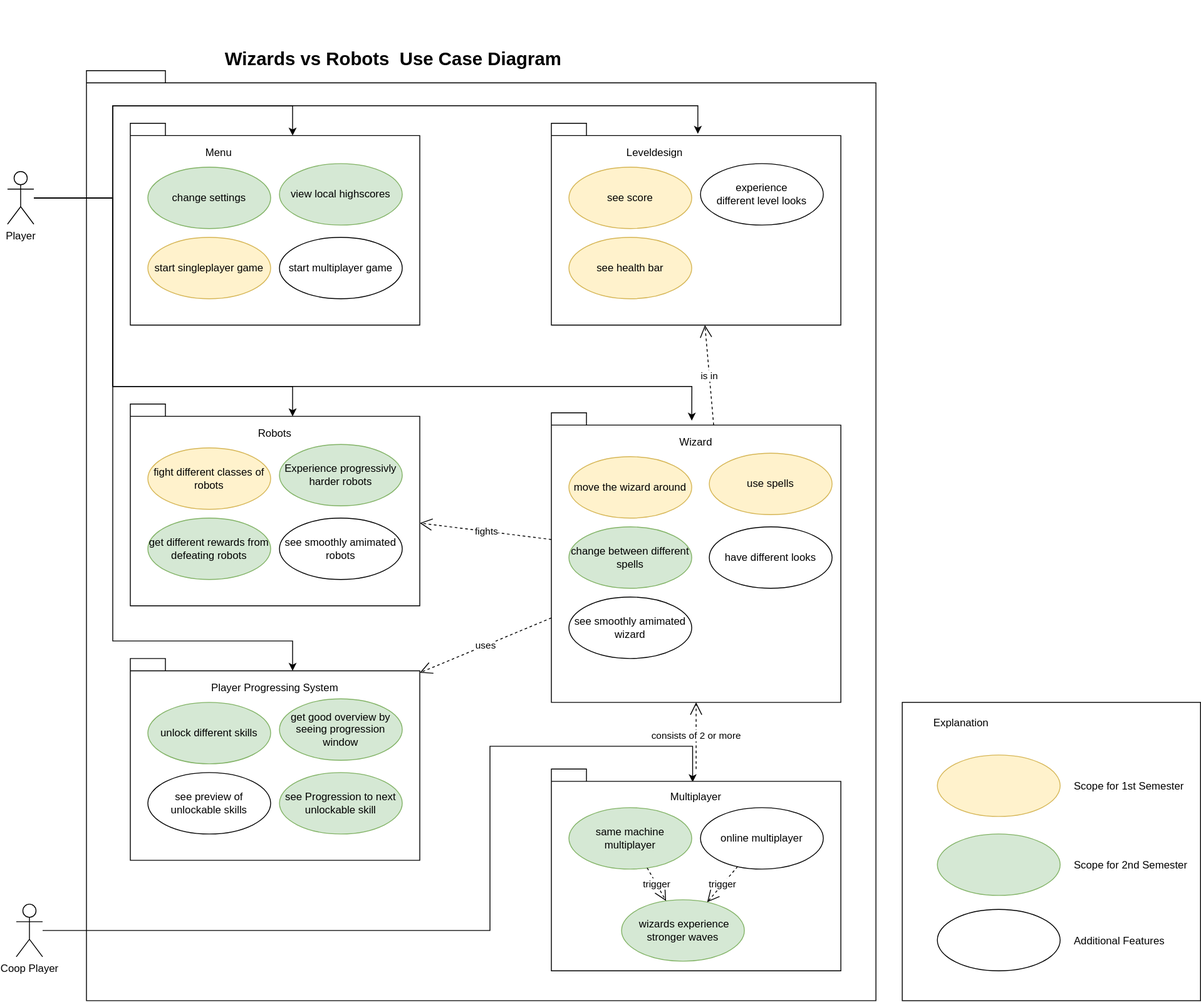
The draw.io diagram ucd.svg in Wizards-vs-Robots/documentation, before a commit. Source tidied: cells renumbered, new cells last; positions are measured from the earlier drawing's top-left corner, leaving out a move shared by most shapes.
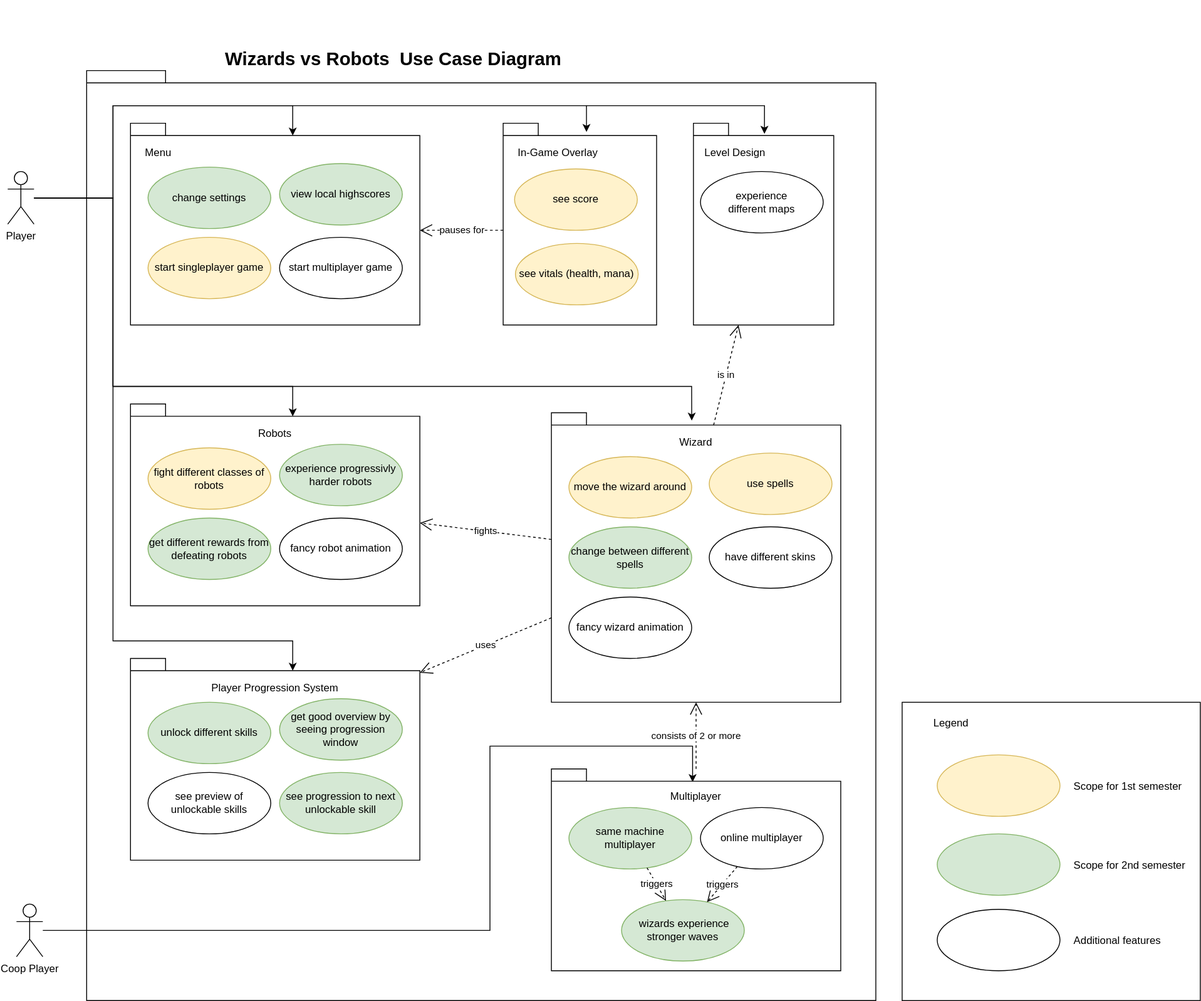
The same file after the commit.

The edit, as a diff of the source:
```diff
@@ -15,7 +15,7 @@
       <mxGeometry x="140" y="140" width="330" height="230" as="geometry" />
     </mxCell>
     <mxCell id="6" value="Menu" style="text;strokeColor=none;fillColor=none;align=left;verticalAlign=top;spacingLeft=4;spacingRight=4;overflow=hidden;" parent="1" vertex="1">
-      <mxGeometry x="220" y="160" width="100" height="26" as="geometry" />
+      <mxGeometry x="151" y="160" width="100" height="26" as="geometry" />
     </mxCell>
     <mxCell id="7" value="change settings" style="ellipse;whiteSpace=wrap;html=1;align=center;fillColor=#d5e8d4;strokeColor=#82b366;" parent="1" vertex="1">
       <mxGeometry x="160" y="190" width="140" height="70" as="geometry" />
@@ -30,19 +30,13 @@
       <mxGeometry x="310" y="186" width="140" height="70" as="geometry" />
     </mxCell>
     <mxCell id="11" style="shape=folder;fontStyle=1;spacingTop=10;tabWidth=40;tabHeight=14;tabPosition=left;html=1;align=center;" parent="1" vertex="1">
-      <mxGeometry x="620" y="140" width="330" height="230" as="geometry" />
+      <mxGeometry x="782" y="140" width="160" height="230" as="geometry" />
     </mxCell>
-    <mxCell id="12" value="Leveldesign" style="text;strokeColor=none;fillColor=none;align=left;verticalAlign=top;spacingLeft=4;spacingRight=4;overflow=hidden;" parent="1" vertex="1">
-      <mxGeometry x="700" y="160" width="100" height="26" as="geometry" />
+    <mxCell id="12" value="Level Design" style="text;strokeColor=none;fillColor=none;align=left;verticalAlign=top;spacingLeft=4;spacingRight=4;overflow=hidden;" parent="1" vertex="1">
+      <mxGeometry x="789" y="160" width="100" height="26" as="geometry" />
     </mxCell>
-    <mxCell id="13" value="see score" style="ellipse;whiteSpace=wrap;html=1;align=center;fillColor=#fff2cc;strokeColor=#d6b656;" parent="1" vertex="1">
-      <mxGeometry x="640" y="190" width="140" height="70" as="geometry" />
-    </mxCell>
-    <mxCell id="14" value="see health bar" style="ellipse;whiteSpace=wrap;html=1;align=center;fillColor=#fff2cc;strokeColor=#d6b656;" parent="1" vertex="1">
-      <mxGeometry x="640" y="270" width="140" height="70" as="geometry" />
-    </mxCell>
-    <mxCell id="15" value="&lt;div&gt;experience&lt;br&gt;&lt;/div&gt;&lt;div&gt;different level looks&lt;/div&gt;" style="ellipse;whiteSpace=wrap;html=1;align=center;" parent="1" vertex="1">
-      <mxGeometry x="790" y="186" width="140" height="70" as="geometry" />
+    <mxCell id="15" value="&lt;div&gt;experience&lt;br&gt;&lt;/div&gt;&lt;div&gt;different maps&lt;/div&gt;" style="ellipse;whiteSpace=wrap;html=1;align=center;" parent="1" vertex="1">
+      <mxGeometry x="790" y="195" width="140" height="70" as="geometry" />
     </mxCell>
     <mxCell id="16" style="shape=folder;fontStyle=1;spacingTop=10;tabWidth=40;tabHeight=14;tabPosition=left;html=1;align=center;" parent="1" vertex="1">
       <mxGeometry x="140" y="460" width="330" height="230" as="geometry" />
@@ -56,10 +50,10 @@
     <mxCell id="19" value="get different rewards from defeating robots" style="ellipse;whiteSpace=wrap;html=1;align=center;fillColor=#d5e8d4;strokeColor=#82b366;" parent="1" vertex="1">
       <mxGeometry x="160" y="590" width="140" height="70" as="geometry" />
     </mxCell>
-    <mxCell id="20" value="see smoothly amimated robots" style="ellipse;whiteSpace=wrap;html=1;align=center;" parent="1" vertex="1">
+    <mxCell id="20" value="fancy robot animation" style="ellipse;whiteSpace=wrap;html=1;align=center;" parent="1" vertex="1">
       <mxGeometry x="310" y="590" width="140" height="70" as="geometry" />
     </mxCell>
-    <mxCell id="21" value="Experience progressivly harder robots" style="ellipse;whiteSpace=wrap;html=1;align=center;fillColor=#d5e8d4;strokeColor=#82b366;" parent="1" vertex="1">
+    <mxCell id="21" value="experience progressivly harder robots" style="ellipse;whiteSpace=wrap;html=1;align=center;fillColor=#d5e8d4;strokeColor=#82b366;" parent="1" vertex="1">
       <mxGeometry x="310" y="506" width="140" height="70" as="geometry" />
     </mxCell>
     <mxCell id="22" style="shape=folder;fontStyle=1;spacingTop=10;tabWidth=40;tabHeight=14;tabPosition=left;html=1;align=center;" parent="1" vertex="1">
@@ -74,19 +68,19 @@
     <mxCell id="25" value="change between different spells" style="ellipse;whiteSpace=wrap;html=1;align=center;fillColor=#d5e8d4;strokeColor=#82b366;" parent="1" vertex="1">
       <mxGeometry x="640" y="600" width="140" height="70" as="geometry" />
     </mxCell>
-    <mxCell id="26" value="have different looks" style="ellipse;whiteSpace=wrap;html=1;align=center;" parent="1" vertex="1">
+    <mxCell id="26" value="have different skins" style="ellipse;whiteSpace=wrap;html=1;align=center;" parent="1" vertex="1">
       <mxGeometry x="800" y="600" width="140" height="70" as="geometry" />
     </mxCell>
     <mxCell id="27" value="use spells" style="ellipse;whiteSpace=wrap;html=1;align=center;fillColor=#fff2cc;strokeColor=#d6b656;" parent="1" vertex="1">
       <mxGeometry x="800" y="516" width="140" height="70" as="geometry" />
     </mxCell>
-    <mxCell id="28" value="see smoothly amimated wizard" style="ellipse;whiteSpace=wrap;html=1;align=center;" parent="1" vertex="1">
+    <mxCell id="28" value="fancy wizard animation" style="ellipse;whiteSpace=wrap;html=1;align=center;" parent="1" vertex="1">
       <mxGeometry x="640" y="680" width="140" height="70" as="geometry" />
     </mxCell>
     <mxCell id="29" style="shape=folder;fontStyle=1;spacingTop=10;tabWidth=40;tabHeight=14;tabPosition=left;html=1;align=center;" parent="1" vertex="1">
       <mxGeometry x="140" y="750" width="330" height="230" as="geometry" />
     </mxCell>
-    <mxCell id="30" value="Player Progressing System" style="text;strokeColor=none;fillColor=none;align=center;verticalAlign=top;spacingLeft=4;spacingRight=4;overflow=hidden;" parent="1" vertex="1">
+    <mxCell id="30" value="Player Progression System" style="text;strokeColor=none;fillColor=none;align=center;verticalAlign=top;spacingLeft=4;spacingRight=4;overflow=hidden;" parent="1" vertex="1">
       <mxGeometry x="140" y="770" width="330" height="26" as="geometry" />
     </mxCell>
     <mxCell id="31" value="unlock different skills" style="ellipse;whiteSpace=wrap;html=1;align=center;fillColor=#d5e8d4;strokeColor=#82b366;" parent="1" vertex="1">
@@ -121,7 +115,7 @@
         <Array as="points">
           <mxPoint x="120" y="225" />
           <mxPoint x="120" y="120" />
-          <mxPoint x="787" y="120" />
+          <mxPoint x="863" y="120" />
         </Array>
       </mxGeometry>
     </mxCell>
@@ -194,29 +188,49 @@
     <mxCell id="52" style="ellipse;whiteSpace=wrap;html=1;align=center;" parent="1" vertex="1">
       <mxGeometry x="1060" y="1036" width="140" height="70" as="geometry" />
     </mxCell>
-    <mxCell id="53" value="Explanation" style="text;strokeColor=none;fillColor=none;align=left;verticalAlign=top;spacingLeft=4;spacingRight=4;overflow=hidden;" parent="1" vertex="1">
+    <mxCell id="53" value="Legend" style="text;strokeColor=none;fillColor=none;align=left;verticalAlign=top;spacingLeft=4;spacingRight=4;overflow=hidden;" parent="1" vertex="1">
       <mxGeometry x="1050" y="810" width="120" height="26" as="geometry" />
     </mxCell>
-    <mxCell id="54" value="Scope for 1st Semester" style="text;strokeColor=none;fillColor=none;align=left;verticalAlign=top;spacingLeft=4;spacingRight=4;overflow=hidden;" parent="1" vertex="1">
+    <mxCell id="54" value="Scope for 1st semester" style="text;strokeColor=none;fillColor=none;align=left;verticalAlign=top;spacingLeft=4;spacingRight=4;overflow=hidden;" parent="1" vertex="1">
       <mxGeometry x="1210" y="882" width="140" height="26" as="geometry" />
     </mxCell>
-    <mxCell id="55" value="Additional Features" style="text;strokeColor=none;fillColor=none;align=left;verticalAlign=top;spacingLeft=4;spacingRight=4;overflow=hidden;" parent="1" vertex="1">
+    <mxCell id="55" value="Additional features" style="text;strokeColor=none;fillColor=none;align=left;verticalAlign=top;spacingLeft=4;spacingRight=4;overflow=hidden;" parent="1" vertex="1">
       <mxGeometry x="1210" y="1058" width="120" height="26" as="geometry" />
     </mxCell>
-    <mxCell id="56" value="Scope for 2nd Semester" style="text;strokeColor=none;fillColor=none;align=left;verticalAlign=top;spacingLeft=4;spacingRight=4;overflow=hidden;" parent="1" vertex="1">
+    <mxCell id="56" value="Scope for 2nd semester" style="text;strokeColor=none;fillColor=none;align=left;verticalAlign=top;spacingLeft=4;spacingRight=4;overflow=hidden;" parent="1" vertex="1">
       <mxGeometry x="1210" y="972" width="140" height="26" as="geometry" />
     </mxCell>
-    <mxCell id="57" value="see Progression to next unlockable skill" style="ellipse;whiteSpace=wrap;html=1;align=center;fillColor=#d5e8d4;strokeColor=#82b366;" parent="1" vertex="1">
+    <mxCell id="57" value="see progression to next unlockable skill" style="ellipse;whiteSpace=wrap;html=1;align=center;fillColor=#d5e8d4;strokeColor=#82b366;" parent="1" vertex="1">
       <mxGeometry x="310" y="880" width="140" height="70" as="geometry" />
     </mxCell>
     <mxCell id="58" value="&amp;nbsp;wizards experience stronger waves" style="ellipse;whiteSpace=wrap;html=1;align=center;fillColor=#d5e8d4;strokeColor=#82b366;" parent="1" vertex="1">
       <mxGeometry x="700" y="1025" width="140" height="70" as="geometry" />
     </mxCell>
-    <mxCell id="59" value="trigger" style="endArrow=open;endSize=12;dashed=1;html=1;rounded=0;" parent="1" edge="1" source="44" target="58">
+    <mxCell id="59" value="triggers" style="endArrow=open;endSize=12;dashed=1;html=1;rounded=0;" parent="1" edge="1" source="44" target="58">
       <mxGeometry relative="1" as="geometry" />
     </mxCell>
-    <mxCell id="60" value="trigger" style="endArrow=open;endSize=12;dashed=1;html=1;rounded=0;" parent="1" edge="1" source="45" target="58">
+    <mxCell id="60" value="triggers" style="endArrow=open;endSize=12;dashed=1;html=1;rounded=0;" parent="1" edge="1" source="45" target="58">
       <mxGeometry relative="1" as="geometry" />
     </mxCell>
+    <mxCell id="61" style="shape=folder;fontStyle=1;spacingTop=10;tabWidth=40;tabHeight=14;tabPosition=left;html=1;align=center;" parent="1" vertex="1">
+      <mxGeometry x="565" y="140" width="175" height="230" as="geometry" />
+    </mxCell>
+    <mxCell id="13" value="see score" style="ellipse;whiteSpace=wrap;html=1;align=center;fillColor=#fff2cc;strokeColor=#d6b656;" parent="1" vertex="1">
+      <mxGeometry x="578" y="192" width="140" height="70" as="geometry" />
+    </mxCell>
+    <mxCell id="14" value="see vitals (health, mana)" style="ellipse;whiteSpace=wrap;html=1;align=center;fillColor=#fff2cc;strokeColor=#d6b656;" parent="1" vertex="1">
+      <mxGeometry x="579" y="277" width="140" height="70" as="geometry" />
+    </mxCell>
+    <mxCell id="62" value="In-Game Overlay" style="text;strokeColor=none;fillColor=none;align=left;verticalAlign=top;spacingLeft=4;spacingRight=4;overflow=hidden;" parent="1" vertex="1">
+      <mxGeometry x="576" y="160" width="110" height="26" as="geometry" />
+    </mxCell>
+    <mxCell id="63" value="pauses for" style="endArrow=open;endSize=12;dashed=1;html=1;rounded=0;exitX=0;exitY=0;exitDx=0;exitDy=122;exitPerimeter=0;entryX=0;entryY=0;entryDx=330;entryDy=122;entryPerimeter=0;" parent="1" edge="1" source="61" target="5">
+      <mxGeometry relative="1" as="geometry" />
+    </mxCell>
+    <mxCell id="64" style="endArrow=classic;html=1;rounded=0;entryX=0.543;entryY=0.043;entryDx=0;entryDy=0;entryPerimeter=0;" parent="1" edge="1" target="61">
+      <mxGeometry relative="1" as="geometry">
+        <mxPoint x="660" y="120" as="sourcePoint" />
+      </mxGeometry>
+    </mxCell>
   </root>
 </mxGraphModel>
```
